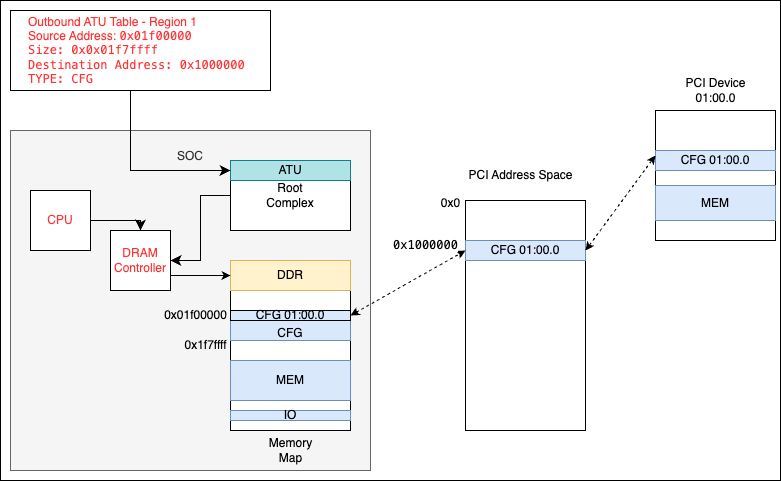
Above: images/PCIe Address Space.png in Abhishekojha38/pcie-introduction (draw.io), before the change. Source tidied: cells renumbered, new cells last; positions are measured from the earlier drawing's top-left corner, leaving out a move shared by most shapes.
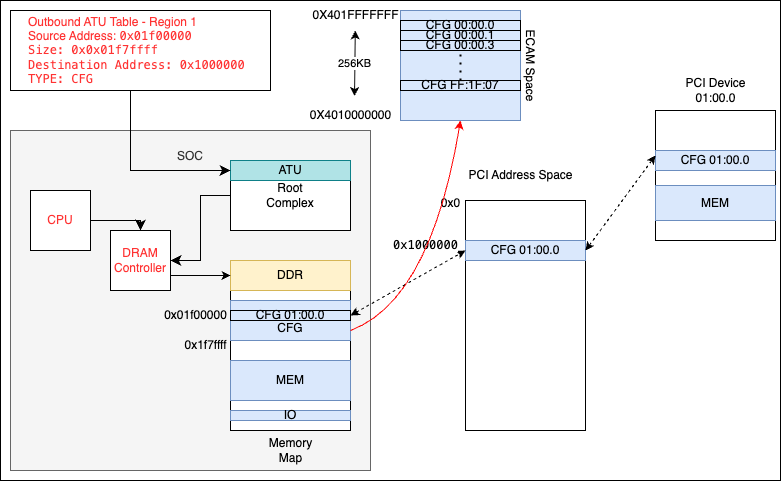
After the change.

The edit, as a diff of the source:
```diff
@@ -33,7 +33,7 @@
       <mxGeometry x="230" y="330" width="120" height="90" as="geometry" />
     </mxCell>
     <mxCell id="12" value="&lt;br&gt;CFG" style="rounded=0;whiteSpace=wrap;html=1;fillColor=#dae8fc;strokeColor=#6c8ebf;" parent="1" vertex="1">
-      <mxGeometry x="230" y="310" width="120" height="30" as="geometry" />
+      <mxGeometry x="230" y="300" width="120" height="40" as="geometry" />
     </mxCell>
     <mxCell id="13" value="MEM" style="rounded=0;whiteSpace=wrap;html=1;fillColor=#dae8fc;strokeColor=#6c8ebf;" parent="1" vertex="1">
       <mxGeometry x="230" y="360" width="120" height="40" as="geometry" />
@@ -107,5 +107,42 @@
     <mxCell id="33" style="endArrow=classic;html=1;fontColor=#FF3333;exitX=1;exitY=0.75;exitDx=0;exitDy=0;entryX=0;entryY=0.5;entryDx=0;entryDy=0;" parent="1" edge="1" source="6" target="10">
       <mxGeometry relative="1" as="geometry" />
     </mxCell>
+    <mxCell id="34" style="rounded=0;whiteSpace=wrap;html=1;fillColor=#dae8fc;strokeColor=#6c8ebf;" parent="1" vertex="1">
+      <mxGeometry x="400" y="10" width="120" height="110" as="geometry" />
+    </mxCell>
+    <mxCell id="35" value="0X4010000000" style="text;html=1;align=center;verticalAlign=middle;points=[];strokeColor=none;fillColor=none;" parent="1" vertex="1">
+      <mxGeometry x="300" y="100" width="100" height="30" as="geometry" />
+    </mxCell>
+    <mxCell id="36" value="0X401FFFFFFF" style="text;html=1;align=center;verticalAlign=middle;points=[];strokeColor=none;fillColor=none;" parent="1" vertex="1">
+      <mxGeometry x="300" width="110" height="30" as="geometry" />
+    </mxCell>
+    <mxCell id="37" value="CFG 00:00.0" style="rounded=0;whiteSpace=wrap;html=1;fillColor=none;" parent="1" vertex="1">
+      <mxGeometry x="400" y="20" width="120" height="10" as="geometry" />
+    </mxCell>
+    <mxCell id="38" value="CFG 00:00.1" style="rounded=0;whiteSpace=wrap;html=1;fillColor=none;" parent="1" vertex="1">
+      <mxGeometry x="400" y="30" width="120" height="10" as="geometry" />
+    </mxCell>
+    <mxCell id="39" value="CFG 00:00.3&lt;span style=&quot;color: rgba(0, 0, 0, 0); font-family: monospace; font-size: 0px; text-align: start;&quot;&gt;%3CmxGraphModel%3E%3Croot%3E%3CmxCell%20id%3D%220%22%2F%3E%3CmxCell%20id%3D%221%22%20parent%3D%220%22%2F%3E%3CmxCell%20id%3D%222%22%20value%3D%22CFG%2000%3A00.1%22%20style%3D%22rounded%3D0%3BwhiteSpace%3Dwrap%3Bhtml%3D1%3BfillColor%3Dnone%3B%22%20vertex%3D%221%22%20parent%3D%221%22%3E%3CmxGeometry%20x%3D%22430%22%20y%3D%2260%22%20width%3D%22120%22%20height%3D%2210%22%20as%3D%22geometry%22%2F%3E%3C%2FmxCell%3E%3C%2Froot%3E%3C%2FmxGraphModel%3E&lt;/span&gt;" style="rounded=0;whiteSpace=wrap;html=1;fillColor=none;" parent="1" vertex="1">
+      <mxGeometry x="400" y="40" width="120" height="10" as="geometry" />
+    </mxCell>
+    <mxCell id="40" value="CFG FF:1F:07" style="rounded=0;whiteSpace=wrap;html=1;fillColor=none;" parent="1" vertex="1">
+      <mxGeometry x="400" y="80" width="120" height="10" as="geometry" />
+    </mxCell>
+    <mxCell id="41" style="endArrow=none;dashed=1;html=1;dashPattern=1 3;strokeWidth=2;entryX=0.5;entryY=1;entryDx=0;entryDy=0;exitX=0.5;exitY=0;exitDx=0;exitDy=0;" parent="1" edge="1" source="40" target="39">
+      <mxGeometry relative="1" as="geometry" />
+    </mxCell>
+    <mxCell id="42" value="256KB" style="endArrow=classic;startArrow=classic;html=1;exitX=0.54;exitY=-0.15;exitDx=0;exitDy=0;exitPerimeter=0;" parent="1" edge="1" source="35" target="36">
+      <mxGeometry relative="1" as="geometry" />
+    </mxCell>
+    <mxCell id="43" style="curved=1;endArrow=classic;html=1;exitX=1;exitY=0.75;exitDx=0;exitDy=0;entryX=0.5;entryY=1;entryDx=0;entryDy=0;strokeColor=#FF0000;" parent="1" edge="1" source="12" target="34">
+      <mxGeometry relative="1" as="geometry">
+        <Array as="points">
+          <mxPoint x="430" y="300" />
+        </Array>
+      </mxGeometry>
+    </mxCell>
+    <mxCell id="44" value="ECAM Space" style="text;html=1;align=center;verticalAlign=middle;strokeColor=none;fillColor=none;rotation=90;" parent="1" vertex="1">
+      <mxGeometry x="480" y="50" width="100" height="30" as="geometry" />
+    </mxCell>
   </root>
 </mxGraphModel>
```
